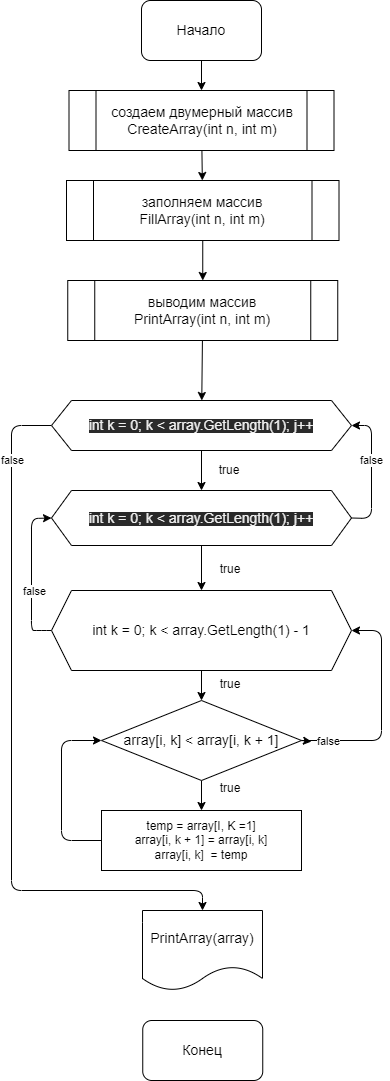
Above: HWork8/Task54/diagram.dravio.png in VladimirVicPar/qwerty1 (draw.io), before the change. Source tidied: cells renumbered, new cells last; positions are measured from the earlier drawing's top-left corner, leaving out a move shared by most shapes. Source of this version:
```xml
<mxGraphModel>
  <root>
    <mxCell id="0" />
    <mxCell id="1" parent="0" />
    <mxCell id="2" style="edgeStyle=none;html=1;" parent="1" edge="1" source="3" target="5">
      <mxGeometry relative="1" as="geometry" />
    </mxCell>
    <mxCell id="3" value="&lt;font style=&quot;font-size: 14px&quot;&gt;Начало&lt;/font&gt;" style="rounded=1;whiteSpace=wrap;html=1;" parent="1" vertex="1">
      <mxGeometry x="130" width="120" height="60" as="geometry" />
    </mxCell>
    <mxCell id="4" style="edgeStyle=none;html=1;" parent="1" edge="1" source="5" target="7">
      <mxGeometry relative="1" as="geometry" />
    </mxCell>
    <mxCell id="5" value="создаем двумерный массив&lt;br&gt;CreateArray(int n, int m)" style="shape=process;whiteSpace=wrap;html=1;backgroundOutline=1;fontSize=14;" parent="1" vertex="1">
      <mxGeometry x="57.5" y="90" width="265" height="60" as="geometry" />
    </mxCell>
    <mxCell id="6" style="edgeStyle=none;html=1;" parent="1" edge="1" source="7" target="9">
      <mxGeometry relative="1" as="geometry" />
    </mxCell>
    <mxCell id="7" value="заполняем массив&lt;br&gt;FillArray(int n, int m)" style="shape=process;whiteSpace=wrap;html=1;backgroundOutline=1;fontSize=14;" parent="1" vertex="1">
      <mxGeometry x="55" y="180" width="272.5" height="60" as="geometry" />
    </mxCell>
    <mxCell id="8" style="edgeStyle=none;html=1;" parent="1" edge="1" source="9" target="27">
      <mxGeometry relative="1" as="geometry" />
    </mxCell>
    <mxCell id="9" value="выводим массив&lt;br&gt;PrintArray(int n, int m)" style="shape=process;whiteSpace=wrap;html=1;backgroundOutline=1;rounded=0;fontFamily=Helvetica;fontSize=14;fontColor=default;fillColor=none;gradientColor=none;" parent="1" vertex="1">
      <mxGeometry x="56.2" y="280" width="270" height="60" as="geometry" />
    </mxCell>
    <mxCell id="10" style="edgeStyle=none;html=1;" parent="1" edge="1" source="13" target="15">
      <mxGeometry relative="1" as="geometry" />
    </mxCell>
    <mxCell id="11" style="edgeStyle=none;html=1;exitX=1;exitY=0.5;exitDx=0;exitDy=0;entryX=1;entryY=0.5;entryDx=0;entryDy=0;" parent="1" edge="1" source="13" target="19">
      <mxGeometry relative="1" as="geometry">
        <Array as="points">
          <mxPoint x="370" y="740" />
          <mxPoint x="370" y="630" />
        </Array>
      </mxGeometry>
    </mxCell>
    <mxCell id="12" value="false" style="edgeLabel;html=1;align=center;verticalAlign=middle;" parent="11" vertex="1">
      <mxGeometry x="-0.77" relative="1" as="geometry" />
    </mxCell>
    <mxCell id="13" value="&lt;font style=&quot;font-size: 14px&quot;&gt;array[i, k] &amp;lt; array[i, k + 1]&lt;/font&gt;" style="rhombus;whiteSpace=wrap;html=1;" parent="1" vertex="1">
      <mxGeometry x="90" y="700" width="200" height="80" as="geometry" />
    </mxCell>
    <mxCell id="14" style="edgeStyle=none;html=1;entryX=0;entryY=0.5;entryDx=0;entryDy=0;exitX=0;exitY=0.5;exitDx=0;exitDy=0;" parent="1" edge="1" source="15" target="13">
      <mxGeometry relative="1" as="geometry">
        <Array as="points">
          <mxPoint x="50" y="840" />
          <mxPoint x="50" y="740" />
        </Array>
      </mxGeometry>
    </mxCell>
    <mxCell id="15" value="&lt;span&gt;temp = array[I, K =1]&lt;br&gt;array[i, k + 1] = array[i, k]&lt;br&gt;&lt;/span&gt;array[i, k]&amp;nbsp; = temp&lt;span&gt;&lt;br&gt;&lt;/span&gt;" style="rounded=0;whiteSpace=wrap;html=1;" parent="1" vertex="1">
      <mxGeometry x="90" y="810" width="200" height="60" as="geometry" />
    </mxCell>
    <mxCell id="16" style="edgeStyle=none;html=1;" parent="1" edge="1" source="19" target="13">
      <mxGeometry relative="1" as="geometry" />
    </mxCell>
    <mxCell id="17" style="edgeStyle=none;html=1;entryX=0;entryY=0.5;entryDx=0;entryDy=0;exitX=0;exitY=0.5;exitDx=0;exitDy=0;" parent="1" edge="1" source="19" target="23">
      <mxGeometry relative="1" as="geometry">
        <Array as="points">
          <mxPoint x="30" y="630" />
          <mxPoint x="20" y="630" />
          <mxPoint x="20" y="518" />
        </Array>
      </mxGeometry>
    </mxCell>
    <mxCell id="18" value="false" style="edgeLabel;html=1;align=center;verticalAlign=middle;" parent="17" vertex="1">
      <mxGeometry x="-0.21" y="-2" relative="1" as="geometry" />
    </mxCell>
    <mxCell id="19" value="&lt;font style=&quot;font-size: 14px&quot;&gt;int k = 0; k &amp;lt; array.GetLength(1) - 1&lt;/font&gt;" style="shape=hexagon;perimeter=hexagonPerimeter2;whiteSpace=wrap;html=1;fixedSize=1;" parent="1" vertex="1">
      <mxGeometry x="40" y="590" width="300" height="80" as="geometry" />
    </mxCell>
    <mxCell id="20" style="edgeStyle=none;html=1;" parent="1" edge="1" source="23" target="19">
      <mxGeometry relative="1" as="geometry" />
    </mxCell>
    <mxCell id="21" style="edgeStyle=none;html=1;exitX=1;exitY=0.5;exitDx=0;exitDy=0;" parent="1" edge="1" source="23" target="27">
      <mxGeometry relative="1" as="geometry">
        <Array as="points">
          <mxPoint x="360" y="518" />
          <mxPoint x="360" y="425" />
        </Array>
      </mxGeometry>
    </mxCell>
    <mxCell id="22" value="false" style="edgeLabel;html=1;align=center;verticalAlign=middle;" parent="21" vertex="1">
      <mxGeometry x="-0.16" y="1" relative="1" as="geometry">
        <mxPoint y="-23" as="offset" />
      </mxGeometry>
    </mxCell>
    <mxCell id="23" value="&lt;span style=&quot;color: rgb(240 , 240 , 240) ; font-family: &amp;#34;helvetica&amp;#34; ; font-style: normal ; font-weight: 400 ; letter-spacing: normal ; text-align: center ; text-indent: 0px ; text-transform: none ; word-spacing: 0px ; background-color: rgb(42 , 42 , 42) ; display: inline ; float: none&quot;&gt;&lt;font style=&quot;font-size: 14px&quot;&gt;int k = 0; k &amp;lt; array.GetLength(1); j++&lt;/font&gt;&lt;/span&gt;" style="shape=hexagon;perimeter=hexagonPerimeter2;whiteSpace=wrap;html=1;fixedSize=1;" parent="1" vertex="1">
      <mxGeometry x="40" y="490" width="300" height="55" as="geometry" />
    </mxCell>
    <mxCell id="24" style="edgeStyle=none;html=1;" parent="1" edge="1" source="27" target="23">
      <mxGeometry relative="1" as="geometry" />
    </mxCell>
    <mxCell id="25" style="edgeStyle=none;html=1;exitX=0;exitY=0.5;exitDx=0;exitDy=0;entryX=0.5;entryY=0;entryDx=0;entryDy=0;" parent="1" edge="1" source="27" target="32">
      <mxGeometry relative="1" as="geometry">
        <Array as="points">
          <mxPoint y="425" />
          <mxPoint y="890" />
          <mxPoint x="191" y="890" />
        </Array>
      </mxGeometry>
    </mxCell>
    <mxCell id="26" value="false" style="edgeLabel;html=1;align=center;verticalAlign=middle;" parent="25" vertex="1">
      <mxGeometry x="-0.79" relative="1" as="geometry" />
    </mxCell>
    <mxCell id="27" value="&lt;span style=&quot;color: rgb(240 , 240 , 240) ; font-family: &amp;#34;helvetica&amp;#34; ; font-style: normal ; font-weight: 400 ; letter-spacing: normal ; text-align: center ; text-indent: 0px ; text-transform: none ; word-spacing: 0px ; background-color: rgb(42 , 42 , 42) ; display: inline ; float: none&quot;&gt;&lt;font style=&quot;font-size: 14px&quot;&gt;int k = 0; k &amp;lt; array.GetLength(1); j++&lt;/font&gt;&lt;/span&gt;" style="shape=hexagon;perimeter=hexagonPerimeter2;whiteSpace=wrap;html=1;fixedSize=1;" parent="1" vertex="1">
      <mxGeometry x="40" y="400" width="300" height="50" as="geometry" />
    </mxCell>
    <mxCell id="28" value="true" style="text;html=1;strokeColor=none;fillColor=none;align=center;verticalAlign=middle;whiteSpace=wrap;rounded=0;" parent="1" vertex="1">
      <mxGeometry x="188" y="455" width="60" height="30" as="geometry" />
    </mxCell>
    <mxCell id="29" value="true" style="text;html=1;strokeColor=none;fillColor=none;align=center;verticalAlign=middle;whiteSpace=wrap;rounded=0;" parent="1" vertex="1">
      <mxGeometry x="189" y="554" width="60" height="30" as="geometry" />
    </mxCell>
    <mxCell id="30" value="true" style="text;html=1;strokeColor=none;fillColor=none;align=center;verticalAlign=middle;whiteSpace=wrap;rounded=0;" parent="1" vertex="1">
      <mxGeometry x="189" y="669" width="60" height="30" as="geometry" />
    </mxCell>
    <mxCell id="31" value="true" style="text;html=1;strokeColor=none;fillColor=none;align=center;verticalAlign=middle;whiteSpace=wrap;rounded=0;" parent="1" vertex="1">
      <mxGeometry x="189" y="773" width="60" height="30" as="geometry" />
    </mxCell>
    <mxCell id="32" value="&lt;font style=&quot;font-size: 14px&quot;&gt;PrintArray(array)&lt;/font&gt;" style="shape=document;whiteSpace=wrap;html=1;boundedLbl=1;" parent="1" vertex="1">
      <mxGeometry x="131" y="910" width="120" height="80" as="geometry" />
    </mxCell>
    <mxCell id="33" value="&lt;font style=&quot;font-size: 14px&quot;&gt;Конец&lt;/font&gt;" style="rounded=1;whiteSpace=wrap;html=1;" parent="1" vertex="1">
      <mxGeometry x="131.2" y="1020" width="120" height="60" as="geometry" />
    </mxCell>
    <mxCell id="34" style="edgeStyle=none;html=1;exitX=1;exitY=0.5;exitDx=0;exitDy=0;entryX=1.05;entryY=0.513;entryDx=0;entryDy=0;entryPerimeter=0;fontSize=14;" parent="1" edge="1" source="13" target="13">
      <mxGeometry relative="1" as="geometry" />
    </mxCell>
  </root>
</mxGraphModel>
```
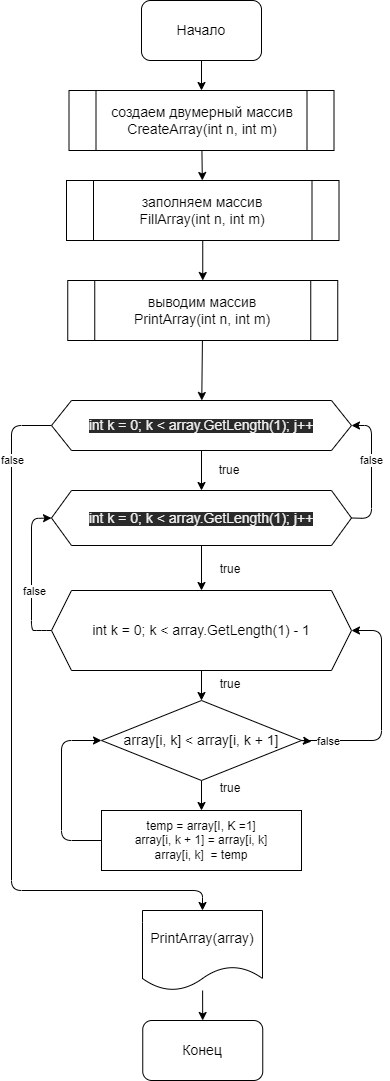
After the change.

Commit message:
Commite Task54

Diff of the diagram source:
```diff
@@ -121,6 +121,9 @@
     <mxCell id="31" value="true" style="text;html=1;strokeColor=none;fillColor=none;align=center;verticalAlign=middle;whiteSpace=wrap;rounded=0;" parent="1" vertex="1">
       <mxGeometry x="189" y="773" width="60" height="30" as="geometry" />
     </mxCell>
+    <mxCell id="35" style="edgeStyle=none;html=1;fontSize=14;" parent="1" edge="1" source="32" target="33">
+      <mxGeometry relative="1" as="geometry" />
+    </mxCell>
     <mxCell id="32" value="&lt;font style=&quot;font-size: 14px&quot;&gt;PrintArray(array)&lt;/font&gt;" style="shape=document;whiteSpace=wrap;html=1;boundedLbl=1;" parent="1" vertex="1">
       <mxGeometry x="131" y="910" width="120" height="80" as="geometry" />
     </mxCell>
```
